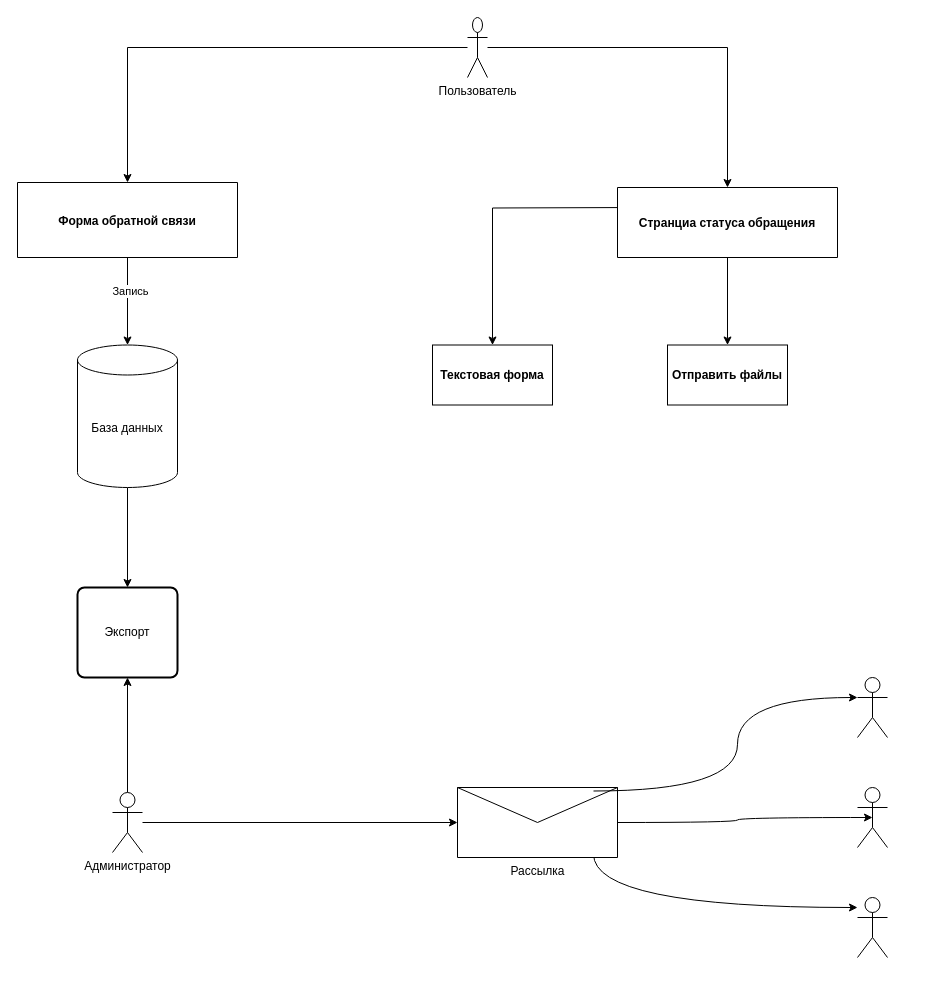
Above: Application/Untitled Diagram.drawio in Beattle/app (draw.io), before the change. Source tidied: cells renumbered, new cells numbered last; positions are measured from the earlier drawing's top-left corner, leaving out a move shared by most shapes. Both pictures are drawn from the tidied source at 100%, with x=0, y=0 at pixel (17, 17).
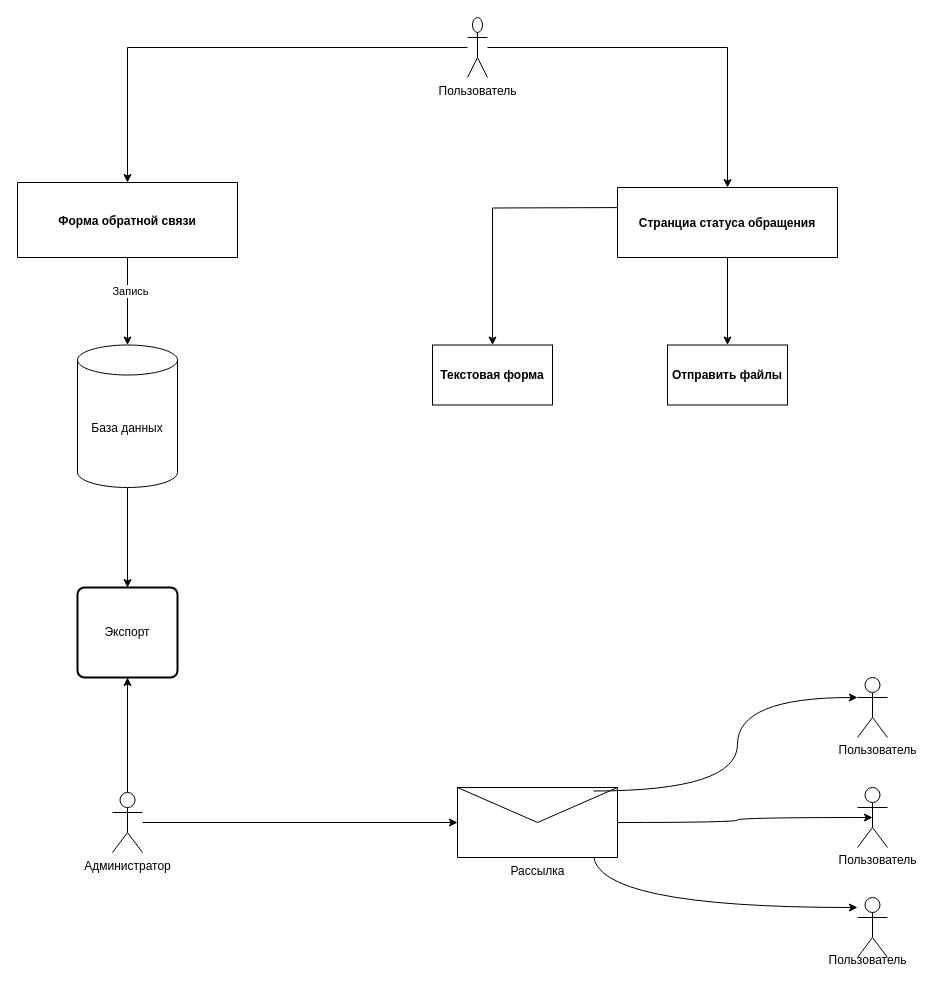
The same diagram, later.

Diff of the diagram source:
```diff
@@
+    <mxCell id="26" value="Пользователь " style="text;html=1;align=center;verticalAlign=middle;strokeColor=none;fillColor=none;" parent="1" vertex="1">
+      <mxGeometry x="810" y="718" width="100" height="30" as="geometry" />
+    </mxCell>
+    <mxCell id="27" value="Пользователь" style="text;html=1;align=center;verticalAlign=middle;strokeColor=none;fillColor=none;" parent="1" vertex="1">
+      <mxGeometry x="810" y="828" width="100" height="30" as="geometry" />
+    </mxCell>
+    <mxCell id="28" value="Пользователь" style="text;html=1;align=center;verticalAlign=middle;strokeColor=none;fillColor=none;" parent="1" vertex="1">
+      <mxGeometry x="800" y="928" width="100" height="30" as="geometry" />
+    </mxCell>
```
